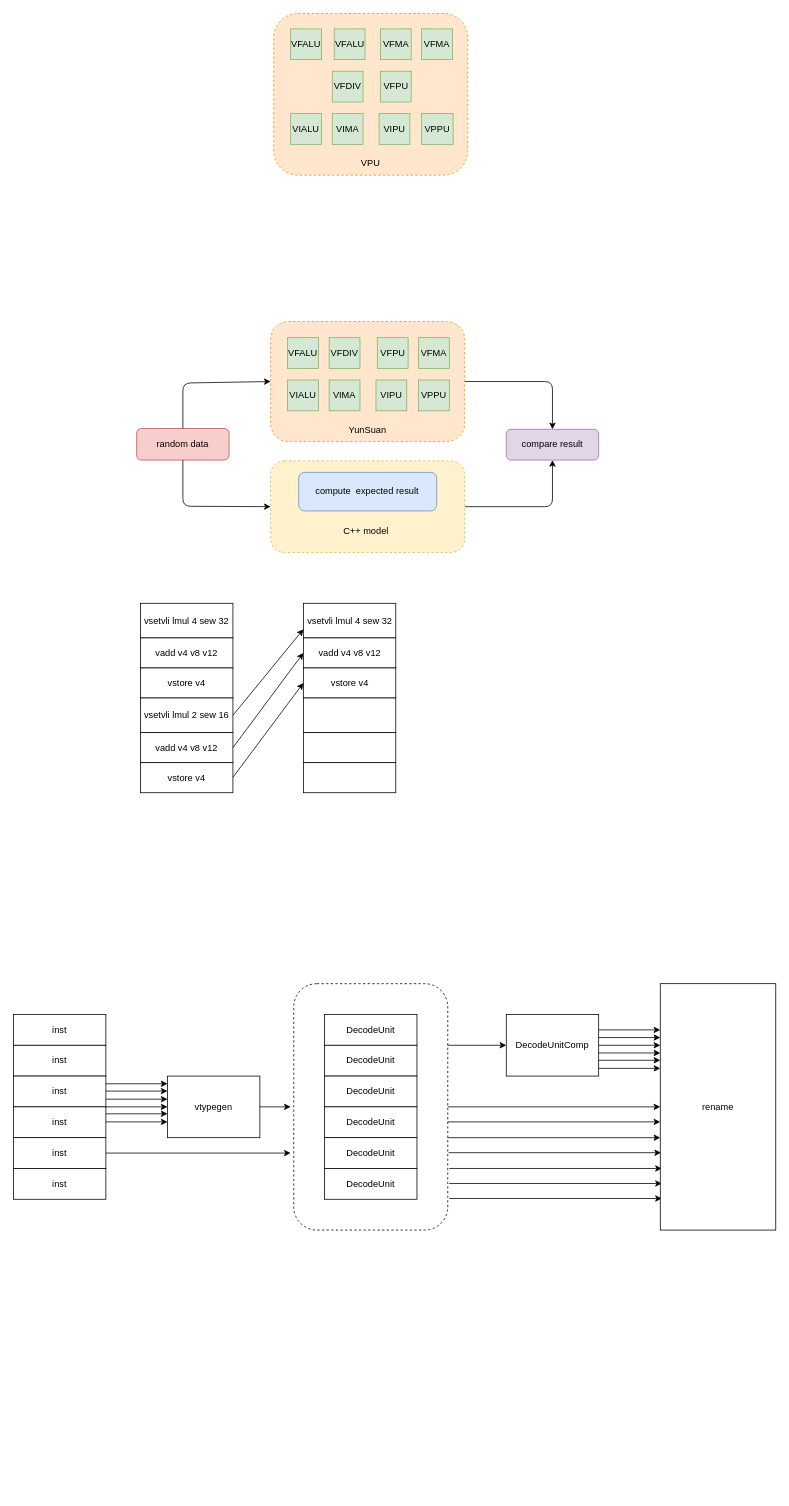
Above: vector4.drawio in Ziyue-Zhang/draw_picture (draw.io), before the change. Source tidied: cells renumbered, new cells numbered last; positions are measured from the earlier drawing's top-left corner, leaving out a move shared by most shapes. Both pictures are drawn from the tidied source at 77%, with x=0, y=0 at pixel (13, 13).
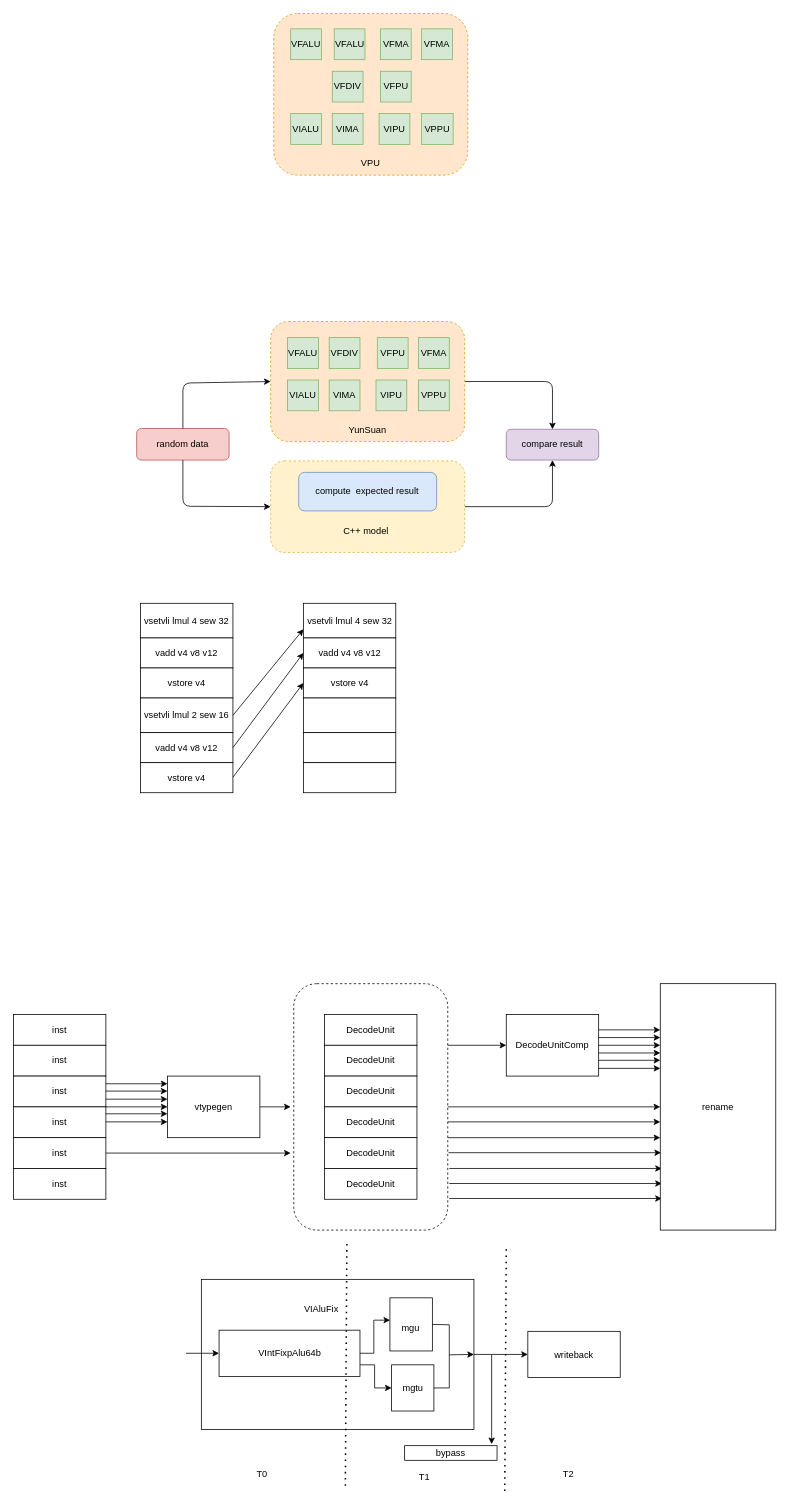
Above is the later version.

The edit, as a diff of the source:
```diff
@@
+    <mxCell id="86" style="rounded=0;whiteSpace=wrap;html=1;" parent="1" vertex="1">
+      <mxGeometry x="244" y="1644" width="354" height="195" as="geometry" />
+    </mxCell>
+    <mxCell id="87" style="rounded=0;whiteSpace=wrap;html=1;" parent="1" vertex="1">
+      <mxGeometry x="267" y="1710" width="183" height="60" as="geometry" />
+    </mxCell>
+    <mxCell id="88" style="rounded=0;whiteSpace=wrap;html=1;" parent="1" vertex="1">
+      <mxGeometry x="488.9" y="1668" width="55.1" height="69" as="geometry" />
+    </mxCell>
+    <mxCell id="89" style="rounded=0;whiteSpace=wrap;html=1;" parent="1" vertex="1">
+      <mxGeometry x="491.1" y="1755" width="54.9" height="60" as="geometry" />
+    </mxCell>
+    <mxCell id="90" style="endArrow=classic;html=1;rounded=0;exitX=1;exitY=0.75;exitDx=0;exitDy=0;entryX=0;entryY=0.5;entryDx=0;entryDy=0;" parent="1" edge="1" source="87" target="89">
+      <mxGeometry relative="1" as="geometry">
+        <Array as="points">
+          <mxPoint x="469" y="1755" />
+          <mxPoint x="469" y="1785" />
+        </Array>
+      </mxGeometry>
+    </mxCell>
+    <mxCell id="91" style="endArrow=classic;html=1;rounded=0;exitX=1;exitY=0.5;exitDx=0;exitDy=0;entryX=0.004;entryY=0.42;entryDx=0;entryDy=0;entryPerimeter=0;" parent="1" edge="1" source="87" target="88">
+      <mxGeometry relative="1" as="geometry">
+        <Array as="points">
+          <mxPoint x="468" y="1740" />
+          <mxPoint x="468" y="1697" />
+        </Array>
+      </mxGeometry>
+    </mxCell>
+    <mxCell id="92" style="endArrow=classic;html=1;rounded=0;entryX=0;entryY=0.5;entryDx=0;entryDy=0;" parent="1" edge="1" target="87">
+      <mxGeometry relative="1" as="geometry">
+        <mxPoint x="224" y="1740" as="sourcePoint" />
+      </mxGeometry>
+    </mxCell>
+    <mxCell id="93" style="endArrow=classic;html=1;rounded=0;exitX=1;exitY=0.5;exitDx=0;exitDy=0;entryX=1;entryY=0.5;entryDx=0;entryDy=0;" parent="1" edge="1" source="89" target="86">
+      <mxGeometry relative="1" as="geometry">
+        <Array as="points">
+          <mxPoint x="566" y="1785" />
+          <mxPoint x="566" y="1742" />
+        </Array>
+      </mxGeometry>
+    </mxCell>
+    <mxCell id="94" style="endArrow=none;html=1;rounded=0;exitX=1;exitY=0.5;exitDx=0;exitDy=0;" parent="1" edge="1" source="88">
+      <mxGeometry relative="1" as="geometry">
+        <mxPoint x="566" y="1742" as="targetPoint" />
+        <Array as="points">
+          <mxPoint x="566" y="1703" />
+        </Array>
+      </mxGeometry>
+    </mxCell>
+    <mxCell id="95" value="VIAluFix" style="text;html=1;align=center;verticalAlign=middle;whiteSpace=wrap;rounded=0;" parent="1" vertex="1">
+      <mxGeometry x="370.4" y="1668" width="60" height="30" as="geometry" />
+    </mxCell>
+    <mxCell id="96" value="VIntFixpAlu64b" style="text;html=1;align=center;verticalAlign=middle;whiteSpace=wrap;rounded=0;" parent="1" vertex="1">
+      <mxGeometry x="328.5" y="1725" width="60" height="30" as="geometry" />
+    </mxCell>
+    <mxCell id="97" value="mgu" style="text;html=1;align=center;verticalAlign=middle;whiteSpace=wrap;rounded=0;" parent="1" vertex="1">
+      <mxGeometry x="486.4" y="1693" width="60" height="30" as="geometry" />
+    </mxCell>
+    <mxCell id="98" value="mgtu" style="text;html=1;align=center;verticalAlign=middle;whiteSpace=wrap;rounded=0;" parent="1" vertex="1">
+      <mxGeometry x="488.9" y="1770" width="60" height="30" as="geometry" />
+    </mxCell>
+    <mxCell id="99" style="endArrow=none;dashed=1;html=1;dashPattern=1 3;strokeWidth=2;rounded=0;" parent="1" edge="1">
+      <mxGeometry relative="1" as="geometry">
+        <mxPoint x="431" y="1912" as="sourcePoint" />
+        <mxPoint x="433" y="1592" as="targetPoint" />
+      </mxGeometry>
+    </mxCell>
+    <mxCell id="100" value="writeback" style="rounded=0;whiteSpace=wrap;html=1;" parent="1" vertex="1">
+      <mxGeometry x="668" y="1711.5" width="120" height="60" as="geometry" />
+    </mxCell>
+    <mxCell id="101" style="endArrow=classic;html=1;rounded=0;exitX=1;exitY=0.5;exitDx=0;exitDy=0;entryX=0;entryY=0.5;entryDx=0;entryDy=0;" parent="1" edge="1" source="86" target="100">
+      <mxGeometry relative="1" as="geometry" />
+    </mxCell>
+    <mxCell id="102" style="endArrow=none;dashed=1;html=1;dashPattern=1 3;strokeWidth=2;rounded=0;" parent="1" edge="1">
+      <mxGeometry relative="1" as="geometry">
+        <mxPoint x="638" y="1919" as="sourcePoint" />
+        <mxPoint x="640" y="1599" as="targetPoint" />
+      </mxGeometry>
+    </mxCell>
+    <mxCell id="103" value="T0" style="text;html=1;align=center;verticalAlign=middle;whiteSpace=wrap;rounded=0;" parent="1" vertex="1">
+      <mxGeometry x="293" y="1882" width="60" height="30" as="geometry" />
+    </mxCell>
+    <mxCell id="104" style="endArrow=classic;html=1;rounded=0;" parent="1" edge="1">
+      <mxGeometry relative="1" as="geometry">
+        <mxPoint x="621" y="1742" as="sourcePoint" />
+        <mxPoint x="621" y="1858" as="targetPoint" />
+      </mxGeometry>
+    </mxCell>
+    <mxCell id="105" value="bypass" style="rounded=0;whiteSpace=wrap;html=1;" parent="1" vertex="1">
+      <mxGeometry x="508" y="1860" width="120" height="19" as="geometry" />
+    </mxCell>
+    <mxCell id="106" value="T1" style="text;html=1;align=center;verticalAlign=middle;whiteSpace=wrap;rounded=0;" parent="1" vertex="1">
+      <mxGeometry x="504" y="1886" width="60" height="30" as="geometry" />
+    </mxCell>
+    <mxCell id="107" value="T2" style="text;html=1;align=center;verticalAlign=middle;whiteSpace=wrap;rounded=0;" parent="1" vertex="1">
+      <mxGeometry x="691" y="1882" width="60" height="30" as="geometry" />
+    </mxCell>
```
